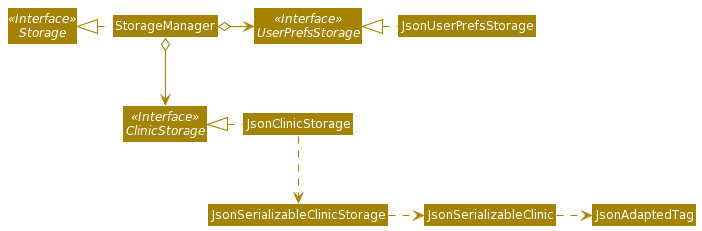
This is docs/images/StorageClassDiagram.png from tohyuting/tp, a PlantUML export, as it was before one commit.
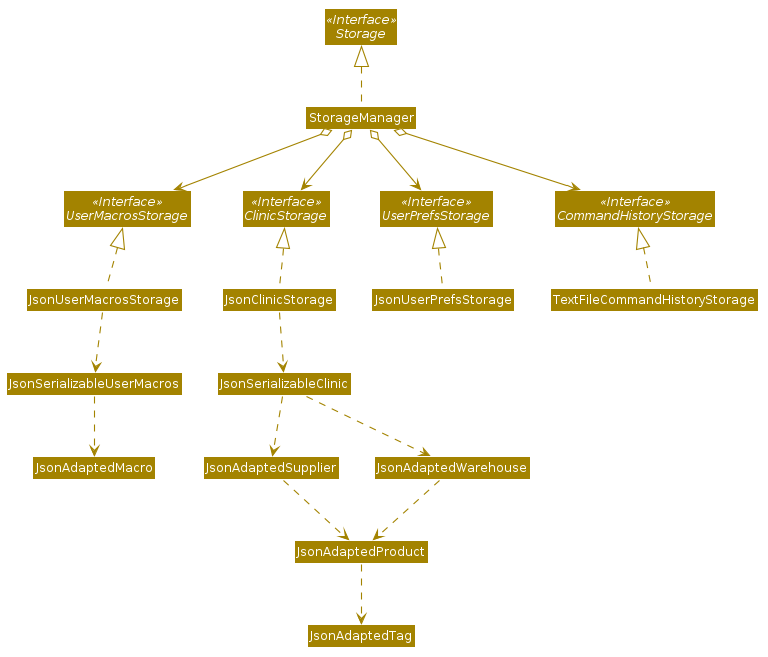
The same file after the commit.

Commit message:
Generate PNG images for PlantUML diagrams

Change to the diagram source:
```diff
@@ -1,31 +1,13 @@
 @startuml
-!define UI_COLOR #1D8900
-!define UI_COLOR_T1 #83E769
-!define UI_COLOR_T2 #3FC71B
-!define UI_COLOR_T3 #166800
-!define UI_COLOR_T4 #0E4100
 
-!define LOGIC_COLOR #3333C4
-!define LOGIC_COLOR_T1 #C8C8FA
-!define LOGIC_COLOR_T2 #6A6ADC
-!define LOGIC_COLOR_T3 #1616B0
-!define LOGIC_COLOR_T4 #101086
 
-!define MODEL_COLOR #9D0012
-!define MODEL_COLOR_T1 #F97181
-!define MODEL_COLOR_T2 #E41F36
-!define MODEL_COLOR_T3 #7B000E
-!define MODEL_COLOR_T4 #51000A
 
-!define STORAGE_COLOR #A38300
-!define STORAGE_COLOR_T1 #FFE374
-!define STORAGE_COLOR_T2 #EDC520
-!define STORAGE_COLOR_T3 #806600
-!define STORAGE_COLOR_T2 #544400
 
-!define USER_COLOR #000000
 
-skinparam BackgroundColor #FFFFFF
+
+
+
+skinparam BackgroundColor #FFFFFFF
 
 skinparam Shadowing false
 
@@ -38,8 +20,8 @@
 }
 
 skinparam Actor {
-    BorderColor USER_COLOR
-    Color USER_COLOR
+    BorderColor #000000
+    Color #000000
     FontName Arial
 }
 
@@ -65,26 +47,38 @@
 hide footbox
 hide members
 hide circle
-
 skinparam arrowThickness 1.1
-skinparam arrowColor STORAGE_COLOR
-skinparam classBackgroundColor STORAGE_COLOR
+skinparam arrowColor #A38300
+skinparam classBackgroundColor #A38300
 
 Interface Storage <<Interface>>
 Interface UserPrefsStorage <<Interface>>
+Interface UserMacrosStorage <<Interface>>
 Interface ClinicStorage <<Interface>>
+Interface CommandHistoryStorage <<Interface>>
 
 Class StorageManager
 Class JsonUserPrefsStorage
 Class JsonClinicStorage
+Class JsonUserMacrosStorage
+Class TextFileCommandHistoryStorage
 
-StorageManager .left.|> Storage
-StorageManager o-right-> UserPrefsStorage
-StorageManager o--> ClinicStorage
+StorageManager .up.|> Storage
+StorageManager o-down-> UserPrefsStorage
+StorageManager o-down-> ClinicStorage
+StorageManager o-down-> UserMacrosStorage
+StorageManager o-down-> CommandHistoryStorage
 
-JsonUserPrefsStorage .left.|> UserPrefsStorage
-JsonClinicStorage .left.|> ClinicStorage
-JsonClinicStorage .down.> JsonSerializableClinicStorage
-JsonSerializableClinicStorage .right.> JsonSerializableClinic
-JsonSerializableClinic .right.> JsonAdaptedTag
+TextFileCommandHistoryStorage .up.|> CommandHistoryStorage
+JsonUserPrefsStorage .up.|> UserPrefsStorage
+JsonClinicStorage .up.|> ClinicStorage
+JsonUserMacrosStorage .up.|> UserMacrosStorage
+JsonClinicStorage ..> JsonSerializableClinic
+JsonUserMacrosStorage ..> JsonSerializableUserMacros
+JsonSerializableUserMacros ..> JsonAdaptedMacro
+JsonSerializableClinic ..> JsonAdaptedSupplier
+JsonSerializableClinic ..> JsonAdaptedWarehouse
+JsonAdaptedSupplier ..> JsonAdaptedProduct
+JsonAdaptedWarehouse ..> JsonAdaptedProduct
+JsonAdaptedProduct ..> JsonAdaptedTag
 @enduml
```
